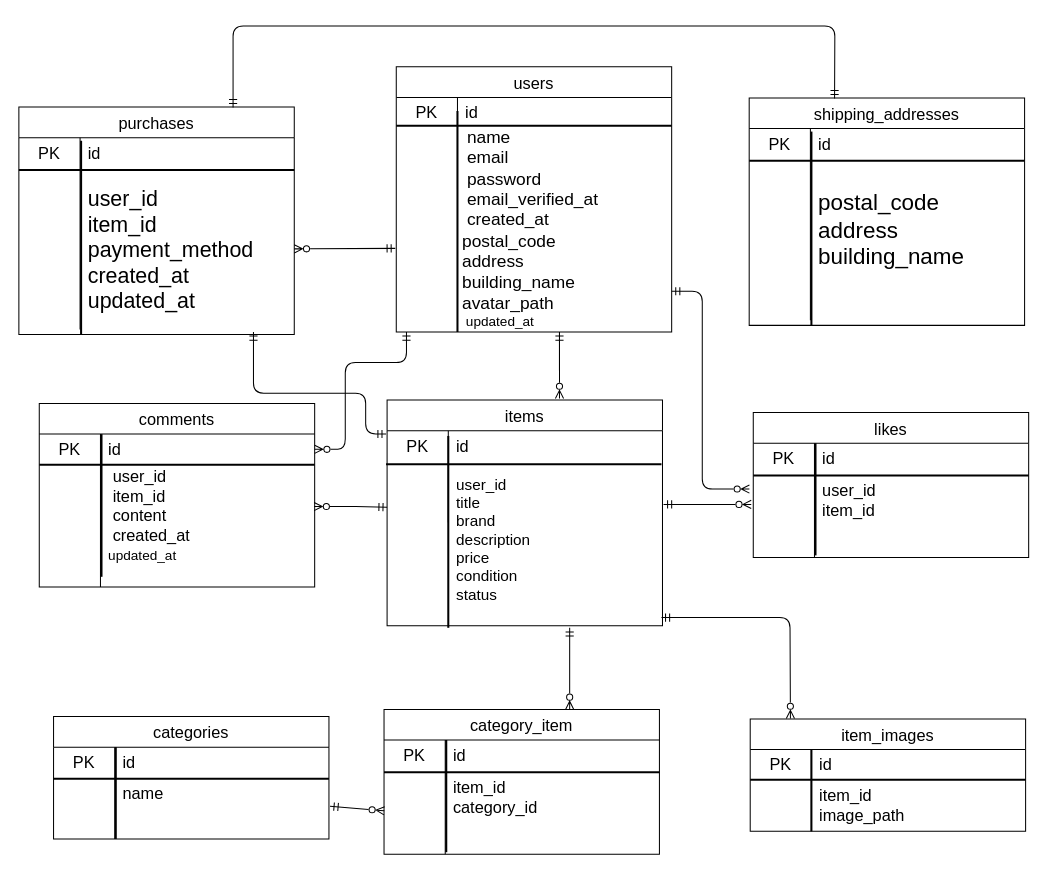
This is index.drawio from koto-101/mitani-Protest, a draw.io file, before an edit. Source tidied: cells renumbered, new cells numbered last; positions are measured from the earlier drawing's top-left corner, leaving out a move shared by most shapes. Both pictures are drawn from the tidied source at 102%, with x=0, y=0 at pixel (18, 26).
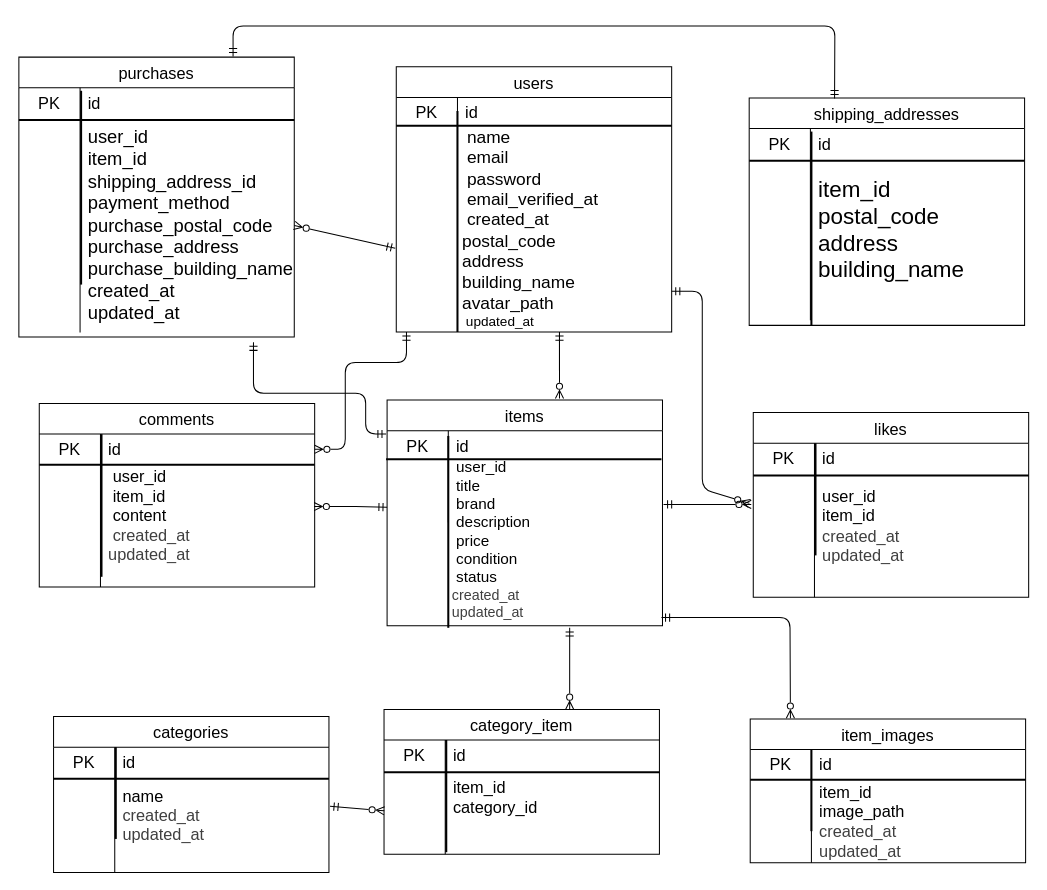
The same page after the edit.

Unchanged cells that the change refers to:
```xml
<mxCell id="4" style="group;" parent="3" vertex="1">
  <mxGeometry y="0.4" width="270" height="110" as="geometry" />
</mxCell>
<mxCell id="16" style="group;" parent="15" vertex="1">
  <mxGeometry width="270" height="120" as="geometry" />
</mxCell>
<mxCell id="31" style="group;" parent="30" vertex="1">
  <mxGeometry width="270" height="250" as="geometry" />
</mxCell>
<mxCell id="78" style="shape=tableRow;horizontal=0;startSize=0;swimlaneHead=0;swimlaneBody=0;top=0;left=0;bottom=0;right=0;fillColor=none;points=[[0,0.5],[1,0.5]];portConstraint=eastwest;strokeColor=inherit;fontSize=16;" parent="74" vertex="1">
  <mxGeometry y="60" width="270" height="100" as="geometry" />
</mxCell>
<mxCell id="104" style="group;" parent="103" vertex="1">
  <mxGeometry x="10" y="-1.3" width="271" height="221.3" as="geometry" />
</mxCell>
<mxCell id="130" value="shipping_addresses" style="shape=table;startSize=30;childLayout=tableLayout;rowLines=0;fontStyle=0;strokeColor=default;fontSize=16;" parent="129" vertex="1">
  <mxGeometry y="17" width="270" height="223" as="geometry" />
</mxCell>
<mxCell id="134" style="shape=tableRow;horizontal=0;startSize=0;swimlaneHead=0;swimlaneBody=0;top=0;left=0;bottom=0;right=0;fillColor=none;strokeColor=inherit;fontSize=16;" parent="130" vertex="1">
  <mxGeometry y="60" width="270" height="158" as="geometry" />
</mxCell>
```

Change to the diagram source:
```diff
@@
     <mxCell id="5" value="item_images" style="shape=table;startSize=30;childLayout=tableLayout;rowLines=0;fontStyle=0;strokeColor=default;fontSize=16;" parent="4" vertex="1">
-      <mxGeometry x="1" width="270" height="110" as="geometry" />
+      <mxGeometry x="1" width="270" height="141" as="geometry" />
     </mxCell>
@@
     <mxCell id="9" style="shape=tableRow;horizontal=0;startSize=0;swimlaneHead=0;swimlaneBody=0;top=0;left=0;bottom=0;right=0;fillColor=none;strokeColor=inherit;fontSize=16;" parent="5" vertex="1">
-      <mxGeometry y="60" width="270" height="50" as="geometry" />
+      <mxGeometry y="60" width="270" height="81" as="geometry" />
     </mxCell>
     <mxCell id="10" style="shape=partialRectangle;html=1;whiteSpace=wrap;fillColor=none;top=0;left=0;bottom=0;right=0;overflow=hidden;strokeColor=inherit;fontSize=16;" parent="9" vertex="1">
-      <mxGeometry width="60" height="50" as="geometry" />
+      <mxGeometry width="60" height="81" as="geometry" />
     </mxCell>
-    <mxCell id="11" value="item_id&amp;nbsp;&lt;div&gt;image_path&lt;/div&gt;" style="shape=partialRectangle;html=1;whiteSpace=wrap;fillColor=none;top=0;left=0;bottom=0;right=0;align=left;spacingLeft=6;overflow=hidden;strokeColor=inherit;fontSize=16;" parent="9" vertex="1">
-      <mxGeometry x="60" width="210" height="50" as="geometry" />
+    <mxCell id="11" value="item_id&amp;nbsp;&lt;div&gt;image_path&lt;/div&gt;&lt;div&gt;&lt;div style=&quot;color: rgb(63, 63, 63); scrollbar-color: rgb(226, 226, 226) rgb(251, 251, 251);&quot;&gt;&lt;div style=&quot;color: rgb(63, 63, 63); scrollbar-color: rgb(226, 226, 226) rgb(251, 251, 251);&quot;&gt;&lt;font style=&quot;color: rgb(63, 63, 63); scrollbar-color: rgb(226, 226, 226) rgb(251, 251, 251);&quot;&gt;created_at&lt;/font&gt;&lt;/div&gt;&lt;/div&gt;&lt;div style=&quot;color: rgb(63, 63, 63); scrollbar-color: rgb(226, 226, 226) rgb(251, 251, 251);&quot;&gt;&lt;span style=&quot;scrollbar-color: rgb(226, 226, 226) rgb(251, 251, 251); font-family: Arial; color: rgb(0, 0, 0);&quot;&gt;&lt;font style=&quot;color: rgb(63, 63, 63); scrollbar-color: rgb(226, 226, 226) rgb(251, 251, 251);&quot;&gt;updated_at&lt;/font&gt;&lt;/span&gt;&lt;/div&gt;&lt;/div&gt;" style="shape=partialRectangle;html=1;whiteSpace=wrap;fillColor=none;top=0;left=0;bottom=0;right=0;align=left;spacingLeft=6;overflow=hidden;strokeColor=inherit;fontSize=16;" parent="9" vertex="1">
+      <mxGeometry x="60" width="210" height="81" as="geometry" />
     </mxCell>
@@
     <mxCell id="17" value="categories" style="shape=table;startSize=30;childLayout=tableLayout;rowLines=0;fontStyle=0;strokeColor=default;fontSize=16;" parent="16" vertex="1">
-      <mxGeometry width="270" height="120" as="geometry" />
+      <mxGeometry width="270" height="153" as="geometry" />
     </mxCell>
@@
     <mxCell id="21" style="shape=tableRow;horizontal=0;startSize=0;swimlaneHead=0;swimlaneBody=0;top=0;left=0;bottom=0;right=0;fillColor=none;strokeColor=inherit;fontSize=16;" parent="17" vertex="1">
-      <mxGeometry y="60" width="270" height="30" as="geometry" />
+      <mxGeometry y="60" width="270" height="73" as="geometry" />
     </mxCell>
     <mxCell id="22" style="shape=partialRectangle;html=1;whiteSpace=wrap;fillColor=none;top=0;left=0;bottom=0;right=0;overflow=hidden;strokeColor=inherit;fontSize=16;" parent="21" vertex="1">
-      <mxGeometry width="60" height="30" as="geometry" />
+      <mxGeometry width="60" height="73" as="geometry" />
     </mxCell>
-    <mxCell id="23" value="name" style="shape=partialRectangle;html=1;whiteSpace=wrap;fillColor=none;top=0;left=0;bottom=0;right=0;align=left;spacingLeft=6;overflow=hidden;strokeColor=inherit;fontSize=16;" parent="21" vertex="1">
-      <mxGeometry x="60" width="210" height="30" as="geometry" />
+    <mxCell id="23" value="name&lt;div&gt;&lt;div style=&quot;color: rgb(63, 63, 63); scrollbar-color: rgb(226, 226, 226) rgb(251, 251, 251);&quot;&gt;&lt;div style=&quot;color: rgb(63, 63, 63); scrollbar-color: rgb(226, 226, 226) rgb(251, 251, 251);&quot;&gt;&lt;font style=&quot;color: rgb(63, 63, 63); scrollbar-color: rgb(226, 226, 226) rgb(251, 251, 251);&quot;&gt;created_at&lt;/font&gt;&lt;/div&gt;&lt;/div&gt;&lt;div style=&quot;color: rgb(63, 63, 63); scrollbar-color: rgb(226, 226, 226) rgb(251, 251, 251);&quot;&gt;&lt;span style=&quot;scrollbar-color: rgb(226, 226, 226) rgb(251, 251, 251); font-family: Arial; color: rgb(0, 0, 0);&quot;&gt;&lt;font style=&quot;color: rgb(63, 63, 63); scrollbar-color: rgb(226, 226, 226) rgb(251, 251, 251);&quot;&gt;updated_at&lt;/font&gt;&lt;/span&gt;&lt;/div&gt;&lt;/div&gt;" style="shape=partialRectangle;html=1;whiteSpace=wrap;fillColor=none;top=0;left=0;bottom=0;right=0;align=left;spacingLeft=6;overflow=hidden;strokeColor=inherit;fontSize=16;" parent="21" vertex="1">
+      <mxGeometry x="60" width="210" height="73" as="geometry" />
     </mxCell>
     <mxCell id="24" style="shape=tableRow;horizontal=0;startSize=0;swimlaneHead=0;swimlaneBody=0;top=0;left=0;bottom=0;right=0;fillColor=none;strokeColor=inherit;fontSize=16;" parent="17" vertex="1">
-      <mxGeometry y="90" width="270" height="30" as="geometry" />
+      <mxGeometry y="133" width="270" height="20" as="geometry" />
     </mxCell>
     <mxCell id="25" style="shape=partialRectangle;html=1;whiteSpace=wrap;fillColor=none;top=0;left=0;bottom=0;right=0;overflow=hidden;strokeColor=inherit;fontSize=16;" parent="24" vertex="1">
-      <mxGeometry width="60" height="30" as="geometry" />
+      <mxGeometry width="60" height="20" as="geometry" />
     </mxCell>
     <mxCell id="26" style="shape=partialRectangle;html=1;whiteSpace=wrap;fillColor=none;top=0;left=0;bottom=0;right=0;align=left;spacingLeft=6;overflow=hidden;strokeColor=inherit;fontSize=16;" parent="24" vertex="1">
-      <mxGeometry x="60" width="210" height="30" as="geometry" />
+      <mxGeometry x="60" width="210" height="20" as="geometry" />
     </mxCell>
@@
     <mxCell id="29" style="group;" parent="1" vertex="1">
-      <mxGeometry y="62.5" width="270" height="250" as="geometry" />
+      <mxGeometry y="13.5" width="270" height="250" as="geometry" />
     </mxCell>
@@
     <mxCell id="32" value="purchases" style="shape=table;startSize=30;childLayout=tableLayout;rowLines=0;fontStyle=0;strokeColor=default;fontSize=16;" parent="31" vertex="1">
-      <mxGeometry y="17" width="270" height="223" as="geometry" />
+      <mxGeometry y="17" width="270" height="274.5" as="geometry" />
     </mxCell>
@@
     <mxCell id="36" style="shape=tableRow;horizontal=0;startSize=0;swimlaneHead=0;swimlaneBody=0;top=0;left=0;bottom=0;right=0;fillColor=none;points=[[0,0.5],[1,0.5]];portConstraint=eastwest;strokeColor=inherit;fontSize=16;" parent="32" vertex="1">
-      <mxGeometry y="60" width="270" height="158" as="geometry" />
+      <mxGeometry y="60" width="270" height="210" as="geometry" />
     </mxCell>
     <mxCell id="37" style="shape=partialRectangle;html=1;whiteSpace=wrap;fillColor=none;top=0;left=0;bottom=0;right=0;overflow=hidden;strokeColor=inherit;fontSize=16;" parent="36" vertex="1">
-      <mxGeometry width="60" height="158" as="geometry" />
+      <mxGeometry width="60" height="210" as="geometry" />
     </mxCell>
-    <mxCell id="38" value="&lt;font style=&quot;font-size: 21px;&quot;&gt;user_id&lt;br&gt;&#9;item_id&lt;br&gt;&#9;payment_method&lt;br&gt;&lt;/font&gt;&lt;div&gt;&lt;div&gt;&lt;font style=&quot;font-size: 21px;&quot;&gt;&#9;created_at&lt;/font&gt;&lt;/div&gt;&lt;/div&gt;&lt;div&gt;&lt;span style=&quot;color: rgb(0, 0, 0); font-family: Arial;&quot;&gt;&lt;font style=&quot;font-size: 21px;&quot;&gt;updated_at&lt;/font&gt;&lt;/span&gt;&lt;/div&gt;" style="shape=partialRectangle;html=1;whiteSpace=wrap;fillColor=none;top=0;left=0;bottom=0;right=0;align=left;spacingLeft=6;overflow=hidden;strokeColor=inherit;fontSize=16;" parent="36" vertex="1">
-      <mxGeometry x="60" width="210" height="158" as="geometry" />
+    <mxCell id="38" value="&lt;font style=&quot;font-size: 18px;&quot;&gt;user_id&lt;br&gt;&#9;item_id&lt;/font&gt;&lt;div&gt;&lt;font style=&quot;font-size: 18px;&quot;&gt;&lt;span style=&quot;color: rgb(0, 0, 0); font-family: Arial;&quot;&gt;shipping_address_id&lt;/span&gt;&lt;br&gt;&#9;payment_method&lt;br&gt;&lt;/font&gt;&lt;div&gt;&lt;div&gt;&lt;font style=&quot;font-size: 18px;&quot;&gt;&lt;span style=&quot;color: rgb(0, 0, 0); font-family: Arial;&quot;&gt;purchase_postal_code&lt;/span&gt;&lt;/font&gt;&lt;/div&gt;&lt;div&gt;&lt;font style=&quot;font-size: 18px;&quot;&gt;&lt;span style=&quot;color: rgb(0, 0, 0); font-family: Arial;&quot;&gt;&lt;span style=&quot;color: rgb(0, 0, 0);&quot;&gt;purchase_address&lt;/span&gt;&lt;/span&gt;&lt;/font&gt;&lt;/div&gt;&lt;div&gt;&lt;font style=&quot;font-size: 18px;&quot;&gt;&lt;span style=&quot;color: rgb(0, 0, 0); font-family: Arial;&quot;&gt;&lt;span style=&quot;color: rgb(0, 0, 0);&quot;&gt;&lt;span style=&quot;color: rgb(0, 0, 0);&quot;&gt;purchase_building_name&lt;/span&gt;&lt;/span&gt;&lt;/span&gt;&lt;/font&gt;&lt;/div&gt;&lt;div&gt;&lt;font style=&quot;font-size: 18px;&quot;&gt;&#9;created_at&lt;/font&gt;&lt;/div&gt;&lt;/div&gt;&lt;div&gt;&lt;span style=&quot;color: rgb(0, 0, 0); font-family: Arial;&quot;&gt;&lt;font style=&quot;font-size: 18px;&quot;&gt;updated_at&lt;/font&gt;&lt;/span&gt;&lt;/div&gt;&lt;/div&gt;" style="shape=partialRectangle;html=1;whiteSpace=wrap;fillColor=none;top=0;left=0;bottom=0;right=0;align=left;spacingLeft=6;overflow=hidden;strokeColor=inherit;fontSize=16;" parent="36" vertex="1">
+      <mxGeometry x="60" width="210" height="210" as="geometry" />
     </mxCell>
@@
     <mxCell id="57" style="group;" parent="1" vertex="1">
-      <mxGeometry x="720" y="379" width="270" height="140" as="geometry" />
+      <mxGeometry x="720" y="379" width="270" height="170" as="geometry" />
     </mxCell>
     <mxCell id="58" style="group;" parent="57" vertex="1">
-      <mxGeometry width="270" height="140" as="geometry" />
+      <mxGeometry width="270" height="170" as="geometry" />
     </mxCell>
     <mxCell id="59" value="likes" style="shape=table;startSize=30;childLayout=tableLayout;rowLines=0;fontStyle=0;strokeColor=default;fontSize=16;" parent="58" vertex="1">
-      <mxGeometry width="270" height="142" as="geometry" />
+      <mxGeometry width="270" height="181" as="geometry" />
     </mxCell>
@@
     <mxCell id="63" style="shape=tableRow;horizontal=0;startSize=0;swimlaneHead=0;swimlaneBody=0;top=0;left=0;bottom=0;right=0;fillColor=none;points=[[0,0.5],[1,0.5]];portConstraint=eastwest;strokeColor=inherit;fontSize=16;" parent="59" vertex="1">
-      <mxGeometry y="60" width="270" height="52" as="geometry" />
+      <mxGeometry y="60" width="270" height="101" as="geometry" />
     </mxCell>
     <mxCell id="64" style="shape=partialRectangle;html=1;whiteSpace=wrap;fillColor=none;top=0;left=0;bottom=0;right=0;overflow=hidden;strokeColor=inherit;fontSize=16;" parent="63" vertex="1">
-      <mxGeometry width="60" height="52" as="geometry" />
+      <mxGeometry width="60" height="101" as="geometry" />
     </mxCell>
-    <mxCell id="65" value="user_id&lt;br&gt;item_id" style="shape=partialRectangle;html=1;whiteSpace=wrap;fillColor=none;top=0;left=0;bottom=0;right=0;align=left;spacingLeft=6;overflow=hidden;strokeColor=inherit;fontSize=16;" parent="63" vertex="1">
-      <mxGeometry x="60" width="210" height="52" as="geometry" />
+    <mxCell id="65" value="user_id&lt;br&gt;item_id&lt;div&gt;&lt;div style=&quot;color: rgb(63, 63, 63); scrollbar-color: rgb(226, 226, 226) rgb(251, 251, 251);&quot;&gt;&lt;div style=&quot;color: rgb(63, 63, 63); scrollbar-color: rgb(226, 226, 226) rgb(251, 251, 251);&quot;&gt;&lt;font style=&quot;color: rgb(63, 63, 63); scrollbar-color: rgb(226, 226, 226) rgb(251, 251, 251);&quot;&gt;created_at&lt;/font&gt;&lt;/div&gt;&lt;/div&gt;&lt;div style=&quot;color: rgb(63, 63, 63); scrollbar-color: rgb(226, 226, 226) rgb(251, 251, 251);&quot;&gt;&lt;span style=&quot;scrollbar-color: rgb(226, 226, 226) rgb(251, 251, 251); font-family: Arial; color: rgb(0, 0, 0);&quot;&gt;&lt;font style=&quot;color: rgb(63, 63, 63); scrollbar-color: rgb(226, 226, 226) rgb(251, 251, 251);&quot;&gt;updated_at&lt;/font&gt;&lt;/span&gt;&lt;/div&gt;&lt;/div&gt;" style="shape=partialRectangle;html=1;whiteSpace=wrap;fillColor=none;top=0;left=0;bottom=0;right=0;align=left;spacingLeft=6;overflow=hidden;strokeColor=inherit;fontSize=16;" parent="63" vertex="1">
+      <mxGeometry x="60" width="210" height="101" as="geometry" />
     </mxCell>
     <mxCell id="66" style="shape=tableRow;horizontal=0;startSize=0;swimlaneHead=0;swimlaneBody=0;top=0;left=0;bottom=0;right=0;fillColor=none;strokeColor=inherit;fontSize=16;" parent="59" vertex="1">
-      <mxGeometry y="112" width="270" height="30" as="geometry" />
+      <mxGeometry y="161" width="270" height="20" as="geometry" />
     </mxCell>
     <mxCell id="67" style="shape=partialRectangle;html=1;whiteSpace=wrap;fillColor=none;top=0;left=0;bottom=0;right=0;overflow=hidden;strokeColor=inherit;fontSize=16;" parent="66" vertex="1">
-      <mxGeometry width="60" height="30" as="geometry" />
+      <mxGeometry width="60" height="20" as="geometry" />
     </mxCell>
     <mxCell id="68" style="shape=partialRectangle;html=1;whiteSpace=wrap;fillColor=none;top=0;left=0;bottom=0;right=0;align=left;spacingLeft=6;overflow=hidden;strokeColor=inherit;fontSize=16;" parent="66" vertex="1">
-      <mxGeometry x="60" width="210" height="30" as="geometry" />
+      <mxGeometry x="60" width="210" height="20" as="geometry" />
     </mxCell>
@@
-    <mxCell id="80" value="&amp;nbsp;user_id&amp;nbsp;&lt;div&gt;&amp;nbsp;item_id&amp;nbsp;&lt;/div&gt;&lt;div&gt;&amp;nbsp;content&amp;nbsp;&lt;/div&gt;&lt;div&gt;&amp;nbsp;created_at&lt;/div&gt;&lt;div&gt;&lt;span style=&quot;color: rgb(0, 0, 0); font-size: 10pt; font-family: Arial;&quot;&gt;updated_at&lt;/span&gt;&lt;/div&gt;" style="shape=partialRectangle;html=1;whiteSpace=wrap;fillColor=none;top=0;left=0;bottom=0;right=0;align=left;spacingLeft=6;overflow=hidden;strokeColor=inherit;fontSize=16;" parent="78" vertex="1">
+    <mxCell id="80" value="&amp;nbsp;user_id&amp;nbsp;&lt;div&gt;&amp;nbsp;item_id&amp;nbsp;&lt;/div&gt;&lt;div&gt;&amp;nbsp;content&amp;nbsp;&lt;/div&gt;&lt;div&gt;&lt;font&gt;&amp;nbsp;&lt;span style=&quot;color: rgb(63, 63, 63); background-color: transparent;&quot;&gt;created_at&lt;/span&gt;&lt;/font&gt;&lt;/div&gt;&lt;div style=&quot;color: rgb(63, 63, 63); scrollbar-color: rgb(226, 226, 226) rgb(251, 251, 251);&quot;&gt;&lt;span style=&quot;scrollbar-color: rgb(226, 226, 226) rgb(251, 251, 251); font-family: Arial; color: rgb(0, 0, 0);&quot;&gt;&lt;font style=&quot;color: rgb(63, 63, 63); scrollbar-color: rgb(226, 226, 226) rgb(251, 251, 251);&quot;&gt;updated_at&lt;/font&gt;&lt;/span&gt;&lt;/div&gt;" style="shape=partialRectangle;html=1;whiteSpace=wrap;fillColor=none;top=0;left=0;bottom=0;right=0;align=left;spacingLeft=6;overflow=hidden;strokeColor=inherit;fontSize=16;" parent="78" vertex="1">
       <mxGeometry x="60" width="210" height="100" as="geometry" />
     </mxCell>
@@
     <mxCell id="101" style="group;" parent="1" vertex="1">
-      <mxGeometry x="350" y="370" width="281" height="220" as="geometry" />
+      <mxGeometry x="350" y="370" width="281" height="228.3" as="geometry" />
     </mxCell>
@@
     <mxCell id="116" style="line;strokeWidth=2;html=1;" parent="104" vertex="1">
-      <mxGeometry y="55.5" width="270" height="11.1" as="geometry" />
+      <mxGeometry y="50.5" width="270" height="11.1" as="geometry" />
     </mxCell>
-    <mxCell id="117" value="&lt;font style=&quot;font-size: 15px;&quot;&gt;&amp;nbsp;user_id&amp;nbsp;&lt;/font&gt;&lt;div&gt;&lt;span style=&quot;font-size: 15px; background-color: transparent;&quot;&gt;&amp;nbsp;title&amp;nbsp;&lt;/span&gt;&lt;/div&gt;&lt;div&gt;&lt;div&gt;&lt;font style=&quot;font-size: 15px;&quot;&gt;&amp;nbsp;brand&amp;nbsp;&lt;/font&gt;&lt;div&gt;&lt;font style=&quot;font-size: 15px;&quot;&gt;&amp;nbsp;description&amp;nbsp;&lt;/font&gt;&lt;div&gt;&lt;font style=&quot;font-size: 15px;&quot;&gt;&amp;nbsp;price&amp;nbsp;&lt;/font&gt;&lt;div&gt;&lt;font style=&quot;font-size: 15px;&quot;&gt;&amp;nbsp;condition&amp;nbsp;&lt;/font&gt;&lt;div&gt;&lt;font style=&quot;font-size: 15px;&quot;&gt;&amp;nbsp;status&lt;/font&gt;&lt;/div&gt;&lt;/div&gt;&lt;/div&gt;&lt;/div&gt;&lt;/div&gt;&lt;/div&gt;" style="text;html=1;align=left;verticalAlign=middle;strokeColor=none;fillColor=none;" parent="101" vertex="1">
-      <mxGeometry x="73" y="63.3" width="100" height="140" as="geometry" />
+    <mxCell id="117" value="&lt;font style=&quot;font-size: 15px;&quot;&gt;&amp;nbsp;user_id&amp;nbsp;&lt;/font&gt;&lt;div&gt;&lt;span style=&quot;font-size: 15px; background-color: transparent;&quot;&gt;&amp;nbsp;title&amp;nbsp;&lt;/span&gt;&lt;/div&gt;&lt;div&gt;&lt;div&gt;&lt;font style=&quot;font-size: 15px;&quot;&gt;&amp;nbsp;brand&amp;nbsp;&lt;/font&gt;&lt;div&gt;&lt;font style=&quot;font-size: 15px;&quot;&gt;&amp;nbsp;description&amp;nbsp;&lt;/font&gt;&lt;div&gt;&lt;font style=&quot;font-size: 15px;&quot;&gt;&amp;nbsp;price&amp;nbsp;&lt;/font&gt;&lt;div&gt;&lt;font style=&quot;font-size: 15px;&quot;&gt;&amp;nbsp;condition&amp;nbsp;&lt;/font&gt;&lt;div&gt;&lt;font style=&quot;font-size: 15px;&quot;&gt;&amp;nbsp;status&lt;/font&gt;&lt;/div&gt;&lt;/div&gt;&lt;/div&gt;&lt;/div&gt;&lt;/div&gt;&lt;/div&gt;&lt;div&gt;&lt;font style=&quot;font-size: 14px;&quot;&gt;&lt;div style=&quot;color: rgb(63, 63, 63); scrollbar-color: rgb(226, 226, 226) rgb(251, 251, 251); text-wrap-mode: wrap;&quot;&gt;&lt;div style=&quot;color: rgb(63, 63, 63); scrollbar-color: rgb(226, 226, 226) rgb(251, 251, 251);&quot;&gt;&lt;font style=&quot;color: rgb(63, 63, 63); scrollbar-color: rgb(226, 226, 226) rgb(251, 251, 251);&quot;&gt;created_at&lt;/font&gt;&lt;/div&gt;&lt;/div&gt;&lt;div style=&quot;color: rgb(63, 63, 63); scrollbar-color: rgb(226, 226, 226) rgb(251, 251, 251); text-wrap-mode: wrap;&quot;&gt;&lt;span style=&quot;scrollbar-color: rgb(226, 226, 226) rgb(251, 251, 251); font-family: Arial; color: rgb(0, 0, 0);&quot;&gt;&lt;font style=&quot;color: rgb(63, 63, 63); scrollbar-color: rgb(226, 226, 226) rgb(251, 251, 251);&quot;&gt;updated_at&lt;/font&gt;&lt;/span&gt;&lt;/div&gt;&lt;/font&gt;&lt;/div&gt;" style="text;html=1;align=left;verticalAlign=middle;strokeColor=none;fillColor=none;" parent="101" vertex="1">
+      <mxGeometry x="73" y="48.3" width="100" height="170" as="geometry" />
     </mxCell>
@@
     <mxCell id="126" style="html=1;startArrow=ERmandOne;startFill=0;endArrow=ERmandOne;endFill=0;" parent="1" edge="1">
       <mxGeometry relative="1" as="geometry">
         <mxPoint x="360" y="400" as="sourcePoint" />
-        <mxPoint x="230" y="300" as="targetPoint" />
+        <mxPoint x="230" y="310" as="targetPoint" />
         <Array as="points">
           <mxPoint x="340" y="400" />
           <mxPoint x="340" y="360" />
           <mxPoint x="230" y="360" />
         </Array>
       </mxGeometry>
     </mxCell>
@@
-    <mxCell id="136" value="&lt;div&gt;&lt;font style=&quot;font-size: 22px;&quot;&gt;postal_code&lt;/font&gt;&lt;/div&gt;&lt;div&gt;&lt;font style=&quot;font-size: 22px;&quot;&gt;address&lt;/font&gt;&lt;/div&gt;&lt;div&gt;&lt;font style=&quot;font-size: 22px;&quot;&gt;building_name&lt;/font&gt;&lt;/div&gt;&lt;div&gt;&lt;br&gt;&lt;/div&gt;" style="shape=partialRectangle;html=1;whiteSpace=wrap;fillColor=none;top=0;left=0;bottom=0;right=0;align=left;spacingLeft=6;overflow=hidden;strokeColor=inherit;fontSize=16;" parent="134" vertex="1">
+    <mxCell id="136" value="&lt;div&gt;&lt;font style=&quot;font-size: 22px;&quot;&gt;item_id&lt;/font&gt;&lt;/div&gt;&lt;div&gt;&lt;font style=&quot;font-size: 22px;&quot;&gt;postal_code&lt;/font&gt;&lt;/div&gt;&lt;div&gt;&lt;font style=&quot;font-size: 22px;&quot;&gt;address&lt;/font&gt;&lt;/div&gt;&lt;div&gt;&lt;font style=&quot;font-size: 22px;&quot;&gt;building_name&lt;/font&gt;&lt;/div&gt;&lt;div&gt;&lt;br&gt;&lt;/div&gt;" style="shape=partialRectangle;html=1;whiteSpace=wrap;fillColor=none;top=0;left=0;bottom=0;right=0;align=left;spacingLeft=6;overflow=hidden;strokeColor=inherit;fontSize=16;" parent="134" vertex="1">
       <mxGeometry x="60" width="210" height="158" as="geometry" />
     </mxCell>
@@
     <mxCell id="139" style="html=1;startArrow=ERmandOne;startFill=0;endArrow=ERmandOne;endFill=0;entryX=0.31;entryY=0.003;entryDx=0;entryDy=0;entryPerimeter=0;" parent="1" edge="1" target="130">
       <mxGeometry relative="1" as="geometry">
-        <mxPoint x="210" y="80" as="sourcePoint" />
+        <mxPoint x="210" y="30" as="sourcePoint" />
         <Array as="points">
           <mxPoint x="210" />
           <mxPoint x="800" />
         </Array>
       </mxGeometry>
     </mxCell>
```
